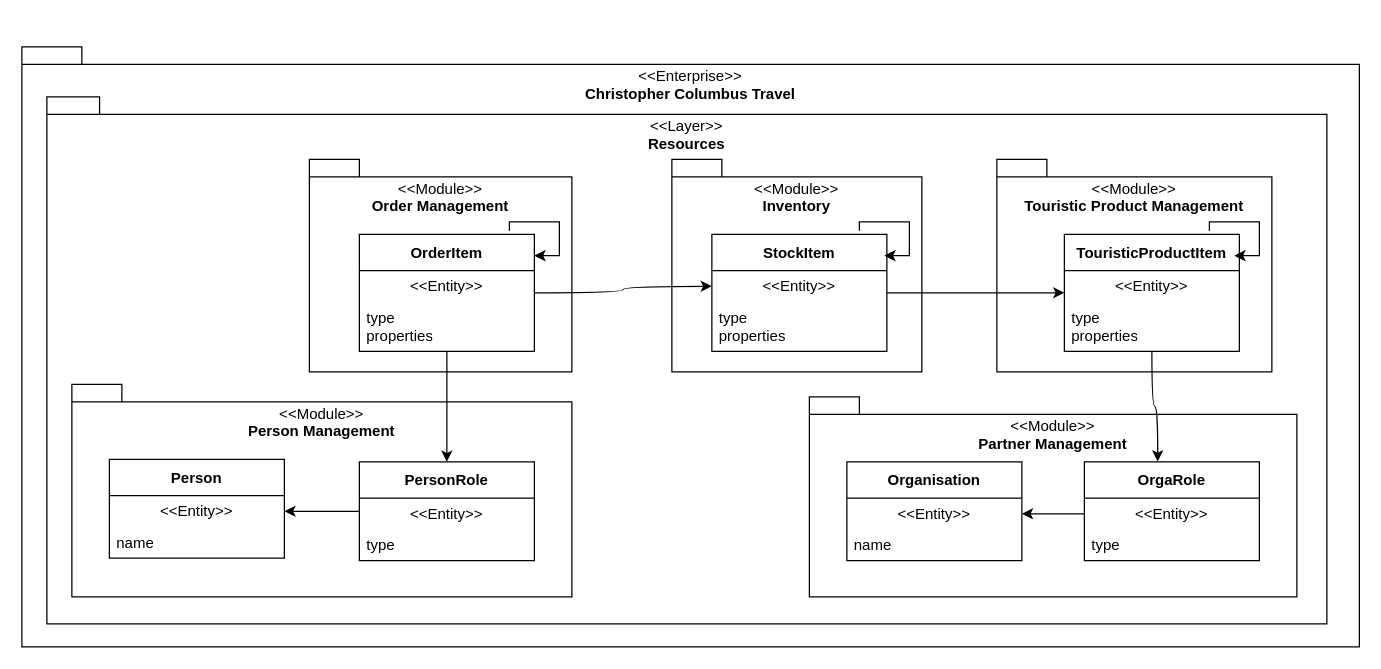
Earlier version of the draw.io diagram docs/architecture/entity-model/entity-model.drawio (hochschule-darmstadt/a3se_app). Source tidied: cells renumbered, new cells numbered last; positions are measured from the earlier drawing's top-left corner, leaving out a move shared by most shapes. Both pictures are drawn from the tidied source at 125%, with x=0, y=0 at pixel (21, 46).
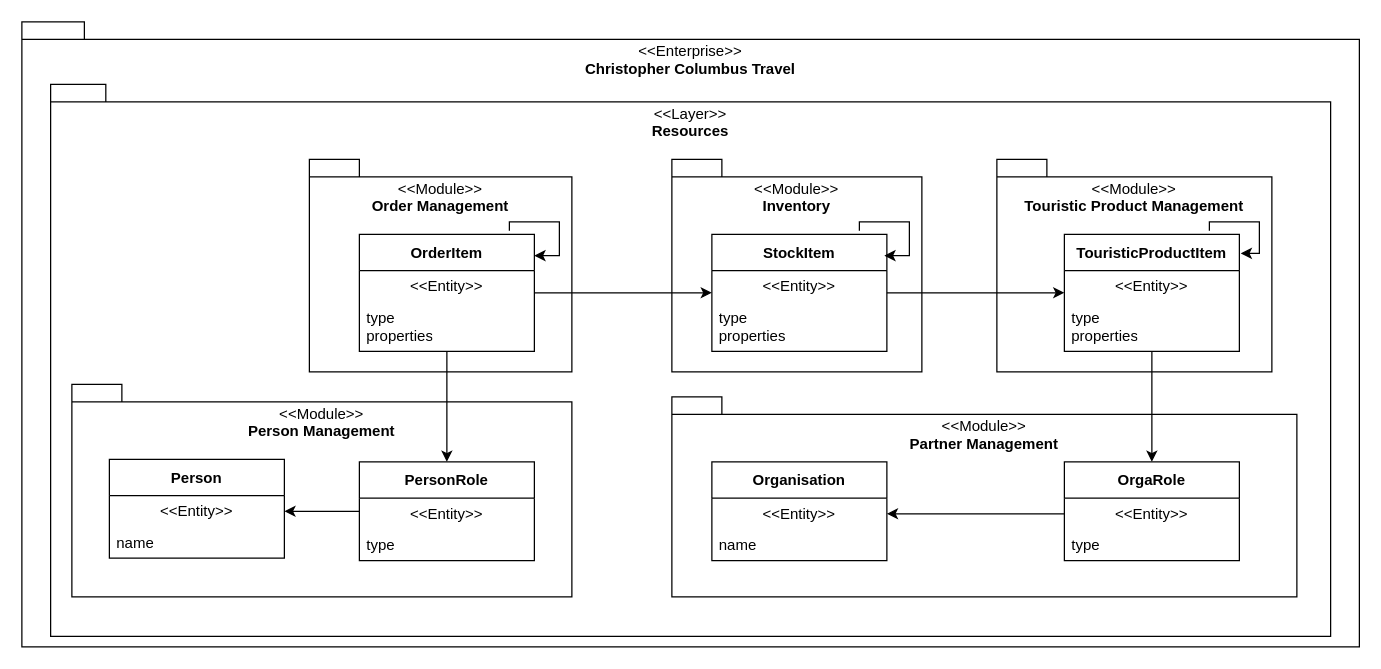
After the change.

The change refers to these unchanged cells:
```xml
<mxCell id="22" value="TouristicProductItem" style="swimlane;fontStyle=1;align=center;verticalAlign=middle;horizontal=1;startSize=29;html=1;whiteSpace=wrap;" parent="1" vertex="1">
  <mxGeometry x="834" y="150" width="140" height="93.5" as="geometry" />
</mxCell>
<mxCell id="26" value="StockItem" style="swimlane;fontStyle=1;align=center;verticalAlign=middle;horizontal=1;startSize=29;html=1;whiteSpace=wrap;" parent="1" vertex="1">
  <mxGeometry x="552" y="150" width="140" height="93.5" as="geometry" />
</mxCell>
<mxCell id="27" value="&amp;lt;&amp;lt;Entity&amp;gt;&amp;gt;" style="text;html=1;strokeColor=none;fillColor=none;align=center;verticalAlign=middle;spacingLeft=4;spacingRight=4;overflow=hidden;points=[[0,0.5],[1,0.5]];portConstraint=eastwest;whiteSpace=wrap;" parent="26" vertex="1">
  <mxGeometry y="29" width="140" height="25" as="geometry" />
</mxCell>
<mxCell id="31" value="OrderItem" style="swimlane;fontStyle=1;align=center;verticalAlign=middle;horizontal=1;startSize=29;html=1;whiteSpace=wrap;" parent="1" vertex="1">
  <mxGeometry x="270" y="150" width="140" height="93.5" as="geometry" />
</mxCell>
```

What changed in the source:
```diff
@@
     <mxCell id="2" value="&lt;span style=&quot;font-weight: normal;&quot;&gt;&amp;lt;&amp;lt;Enterprise&amp;gt;&amp;gt;&lt;/span&gt;&lt;div&gt;Chri&lt;span style=&quot;background-color: transparent; color: light-dark(rgb(0, 0, 0), rgb(255, 255, 255));&quot;&gt;stopher Columbus Travel&lt;/span&gt;&lt;/div&gt;" style="shape=folder;fontStyle=1;spacingTop=10;tabWidth=40;tabHeight=14;tabPosition=left;html=1;whiteSpace=wrap;align=center;verticalAlign=top;" parent="1" vertex="1">
-      <mxGeometry width="1070" height="480" as="geometry" />
+      <mxGeometry y="-20" width="1070" height="500" as="geometry" />
     </mxCell>
     <mxCell id="3" value="&lt;span style=&quot;font-weight: normal;&quot;&gt;&amp;lt;&amp;lt;Layer&amp;gt;&amp;gt;&lt;/span&gt;&lt;div&gt;Resources&lt;/div&gt;" style="shape=folder;fontStyle=1;spacingTop=10;tabWidth=40;tabHeight=14;tabPosition=left;html=1;whiteSpace=wrap;align=center;verticalAlign=top;" parent="1" vertex="1">
-      <mxGeometry x="20" y="40" width="1024" height="421.5" as="geometry" />
+      <mxGeometry x="23" y="30" width="1024" height="441.5" as="geometry" />
     </mxCell>
     <mxCell id="4" value="&lt;span style=&quot;font-weight: normal;&quot;&gt;&amp;lt;&amp;lt;Module&amp;gt;&amp;gt;&lt;/span&gt;&lt;div&gt;Partner Management&lt;/div&gt;" style="shape=folder;fontStyle=1;spacingTop=10;tabWidth=40;tabHeight=14;tabPosition=left;html=1;whiteSpace=wrap;align=center;verticalAlign=top;" parent="1" vertex="1">
-      <mxGeometry x="630" y="280" width="390" height="160" as="geometry" />
+      <mxGeometry x="520" y="280" width="500" height="160" as="geometry" />
     </mxCell>
@@
     <mxCell id="16" value="Organisation" style="swimlane;fontStyle=1;align=center;verticalAlign=middle;horizontal=1;startSize=29;html=1;whiteSpace=wrap;" parent="1" vertex="1">
-      <mxGeometry x="660" y="332" width="140" height="79" as="geometry" />
+      <mxGeometry x="552" y="332" width="140" height="79" as="geometry" />
     </mxCell>
@@
     <mxCell id="19" value="OrgaRole" style="swimlane;fontStyle=1;align=center;verticalAlign=middle;horizontal=1;startSize=29;html=1;whiteSpace=wrap;" parent="1" vertex="1">
-      <mxGeometry x="850" y="332" width="140" height="79" as="geometry" />
+      <mxGeometry x="834" y="332" width="140" height="79" as="geometry" />
     </mxCell>
@@
-    <mxCell id="29" style="edgeStyle=orthogonalEdgeStyle;rounded=0;jettySize=auto;html=1;entryX=0;entryY=0.5;entryDx=0;entryDy=0;curved=1;" parent="1" edge="1" source="31" target="27">
+    <mxCell id="29" style="edgeStyle=orthogonalEdgeStyle;rounded=0;jettySize=auto;html=1;entryX=0;entryY=0.5;entryDx=0;entryDy=0;curved=1;" parent="1" edge="1" source="31" target="26">
       <mxGeometry relative="1" as="geometry" />
     </mxCell>
@@
-    <mxCell id="35" style="edgeStyle=orthogonalEdgeStyle;rounded=0;jettySize=auto;html=1;entryX=0.419;entryY=-0.004;entryDx=0;entryDy=0;entryPerimeter=0;curved=1;" parent="1" edge="1" source="22" target="19">
+    <mxCell id="35" style="edgeStyle=orthogonalEdgeStyle;rounded=0;jettySize=auto;html=1;entryX=0.5;entryY=0;entryDx=0;entryDy=0;curved=1;" parent="1" edge="1" source="22" target="19">
       <mxGeometry relative="1" as="geometry" />
     </mxCell>
-    <mxCell id="36" style="edgeStyle=orthogonalEdgeStyle;rounded=0;orthogonalLoop=1;jettySize=auto;html=1;innerLoopWaypoints=1;entryX=1;entryY=0.25;entryDx=0;entryDy=0;" parent="1" edge="1">
+    <mxCell id="36" style="edgeStyle=orthogonalEdgeStyle;rounded=0;jettySize=auto;html=1;innerLoopWaypoints=1;entryX=1.008;entryY=0.163;entryDx=0;entryDy=0;entryPerimeter=0;" parent="1" edge="1" target="22">
       <mxGeometry relative="1" as="geometry">
         <mxPoint x="950" y="147" as="sourcePoint" />
-        <mxPoint x="970" y="167" as="targetPoint" />
         <Array as="points">
           <mxPoint x="950" y="140" />
           <mxPoint x="990" y="140" />
-          <mxPoint x="990" y="167" />
+          <mxPoint x="990" y="165.2" />
         </Array>
       </mxGeometry>
     </mxCell>
```
